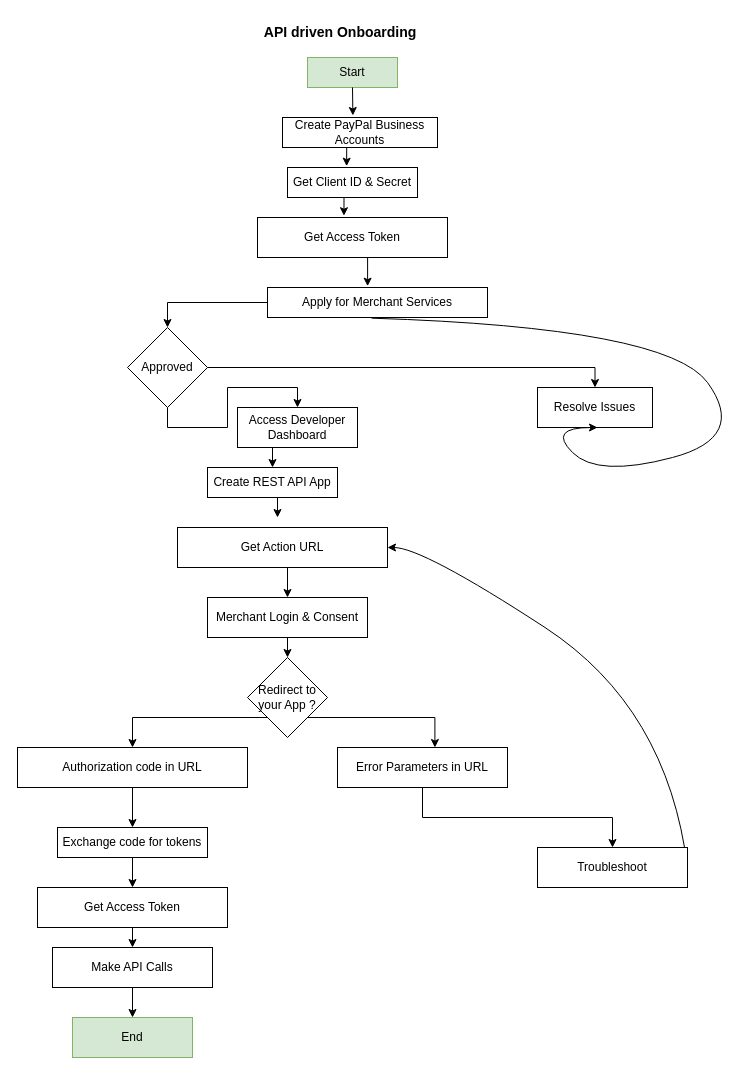
rajneeshpatel07/payal-payments keeps this draw.io diagram as page "API_driven_Onboarding" (1 of 2) of flow-charts/paypal-merchant-onboarding.drawio. Above is the earlier version. Source tidied: cells renumbered, new cells numbered last; positions are measured from the earlier drawing's top-left corner, leaving out a move shared by most shapes. Both pictures are drawn from the tidied source at 100%, with x=0, y=0 at pixel (17, 17).
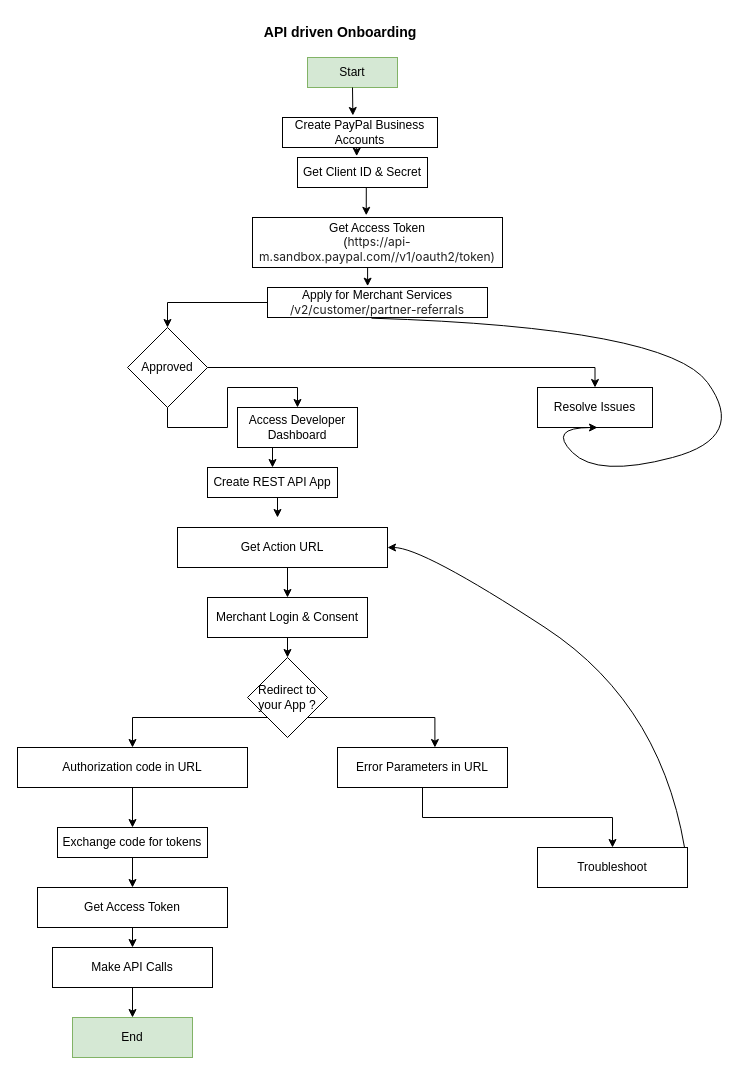
The same page after the edit.

Diff of the diagram source:
```diff
@@
-    <mxCell id="6" value="Apply for Merchant Services" style="rounded=0;whiteSpace=wrap;html=1;" parent="1" vertex="1">
+    <mxCell id="6" value="Apply for Merchant Services&lt;br&gt;&lt;span style=&quot;color: rgb(33, 33, 33); font-family: Inter, system-ui, -apple-system, BlinkMacSystemFont, &amp;quot;Segoe UI&amp;quot;, Roboto, Oxygen, Ubuntu, Cantarell, &amp;quot;Fira Sans&amp;quot;, &amp;quot;Droid Sans&amp;quot;, Helvetica, Arial, sans-serif; text-align: left; white-space-collapse: preserve; background-color: rgb(255, 255, 255);&quot;&gt;/v2/customer/partner-referrals&lt;/span&gt;" style="rounded=0;whiteSpace=wrap;html=1;" parent="1" vertex="1">
       <mxGeometry x="250" y="270" width="220" height="30" as="geometry" />
     </mxCell>
@@
     <mxCell id="37" value="Get Client ID &amp;amp; Secret" style="rounded=0;whiteSpace=wrap;html=1;" parent="1" vertex="1">
-      <mxGeometry x="270" y="150" width="130" height="30" as="geometry" />
+      <mxGeometry x="280" y="140" width="130" height="30" as="geometry" />
     </mxCell>
@@
-    <mxCell id="42" value="Get Access Token" style="rounded=0;whiteSpace=wrap;html=1;" parent="1" vertex="1">
-      <mxGeometry x="240" y="200" width="190" height="40" as="geometry" />
+    <mxCell id="42" value="Get Access Token &lt;br&gt;(&lt;span style=&quot;color: rgb(33, 33, 33); font-family: Inter, system-ui, -apple-system, BlinkMacSystemFont, &amp;quot;Segoe UI&amp;quot;, Roboto, Oxygen, Ubuntu, Cantarell, &amp;quot;Fira Sans&amp;quot;, &amp;quot;Droid Sans&amp;quot;, Helvetica, Arial, sans-serif; text-align: left; white-space-collapse: preserve; background-color: rgb(255, 255, 255);&quot;&gt;https://api-m.sandbox.paypal.com/&lt;/span&gt;&lt;span style=&quot;color: rgb(33, 33, 33); font-family: Inter, system-ui, -apple-system, BlinkMacSystemFont, &amp;quot;Segoe UI&amp;quot;, Roboto, Oxygen, Ubuntu, Cantarell, &amp;quot;Fira Sans&amp;quot;, &amp;quot;Droid Sans&amp;quot;, Helvetica, Arial, sans-serif; text-align: left; white-space-collapse: preserve; background-color: rgb(255, 255, 255);&quot;&gt;/v1/oauth2/token)&lt;/span&gt;" style="rounded=0;whiteSpace=wrap;html=1;" parent="1" vertex="1">
+      <mxGeometry x="235" y="200" width="250" height="50" as="geometry" />
     </mxCell>
```
